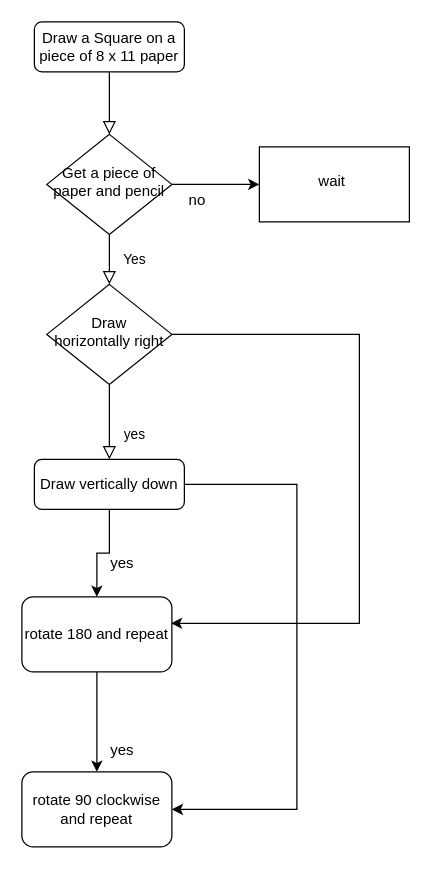
jpedoukou/Flowcharts keeps this draw.io diagram as Untitled Diagram.drawio. Above is the earlier version. Source tidied: cells renumbered, new cells numbered last; positions are measured from the earlier drawing's top-left corner, leaving out a move shared by most shapes. Both pictures are drawn from the tidied source at 125%, with x=0, y=0 at pixel (21, 21).
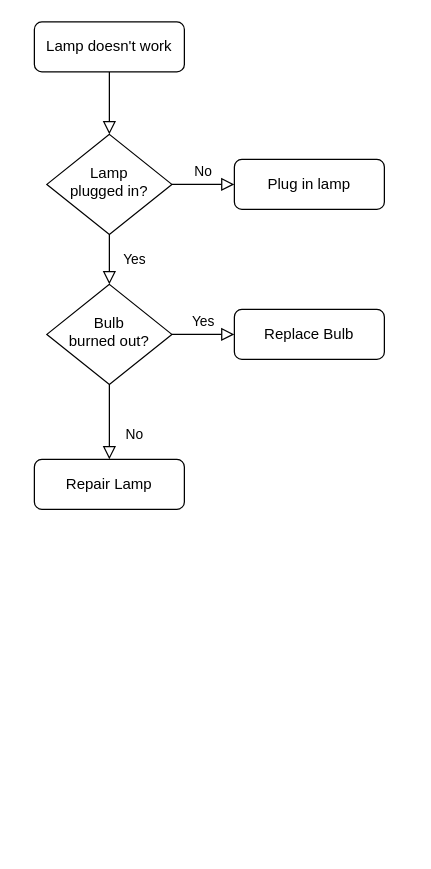
Above is the later version.

Diff of the diagram source:
```diff
@@
-    <mxCell id="3" value="Draw a Square on a piece of 8 x 11 paper" style="rounded=1;whiteSpace=wrap;html=1;fontSize=12;glass=0;strokeWidth=1;shadow=0;" parent="1" vertex="1">
+    <mxCell id="3" value="Lamp doesn't work" style="rounded=1;whiteSpace=wrap;html=1;fontSize=12;glass=0;strokeWidth=1;shadow=0;" parent="1" vertex="1">
       <mxGeometry x="10" width="120" height="40" as="geometry" />
     </mxCell>
@@
-    <mxCell id="5" style="edgeStyle=orthogonalEdgeStyle;rounded=0;jettySize=auto;html=1;" parent="1" edge="1" source="6" target="13">
-      <mxGeometry relative="1" as="geometry" />
-    </mxCell>
+    <mxCell id="20" value="No" style="edgeStyle=orthogonalEdgeStyle;rounded=0;html=1;jettySize=auto;fontSize=11;endArrow=block;endFill=0;endSize=8;strokeWidth=1;shadow=0;labelBackgroundColor=none;" parent="1" edge="1" source="6" target="21">
+      <mxGeometry y="10" relative="1" as="geometry" />
+    </mxCell>
-    <mxCell id="6" value="Get a piece of paper and pencil" style="rhombus;whiteSpace=wrap;html=1;shadow=0;fontFamily=Helvetica;fontSize=12;align=center;strokeWidth=1;spacing=6;spacingTop=-4;" parent="1" vertex="1">
+    <mxCell id="6" value="Lamp&lt;br&gt;plugged in?" style="rhombus;whiteSpace=wrap;html=1;shadow=0;fontFamily=Helvetica;fontSize=12;align=center;strokeWidth=1;spacing=6;spacingTop=-4;" parent="1" vertex="1">
       <mxGeometry x="20" y="90" width="100" height="80" as="geometry" />
     </mxCell>
+    <mxCell id="21" value="Plug in lamp" style="rounded=1;whiteSpace=wrap;html=1;fontSize=12;glass=0;strokeWidth=1;shadow=0;" parent="1" vertex="1">
+      <mxGeometry x="170" y="110" width="120" height="40" as="geometry" />
+    </mxCell>
-    <mxCell id="7" value="yes" style="rounded=0;html=1;jettySize=auto;fontSize=11;endArrow=block;endFill=0;endSize=8;strokeWidth=1;shadow=0;labelBackgroundColor=none;edgeStyle=orthogonalEdgeStyle;" parent="1" edge="1" source="9" target="12">
+    <mxCell id="7" value="No" style="rounded=0;html=1;jettySize=auto;fontSize=11;endArrow=block;endFill=0;endSize=8;strokeWidth=1;shadow=0;labelBackgroundColor=none;edgeStyle=orthogonalEdgeStyle;" parent="1" edge="1" source="9" target="12">
       <mxGeometry x="0.33" y="20" relative="1" as="geometry" />
     </mxCell>
-    <mxCell id="8" style="edgeStyle=orthogonalEdgeStyle;rounded=0;jettySize=auto;html=1;entryX=0.994;entryY=0.353;entryDx=0;entryDy=0;entryPerimeter=0;" parent="1" edge="1" source="9" target="16">
-      <mxGeometry relative="1" as="geometry">
-        <Array as="points">
-          <mxPoint x="270" y="250" />
-          <mxPoint x="270" y="481" />
-        </Array>
-      </mxGeometry>
-    </mxCell>
+    <mxCell id="22" value="Yes" style="edgeStyle=orthogonalEdgeStyle;rounded=0;html=1;jettySize=auto;fontSize=11;endArrow=block;endFill=0;endSize=8;strokeWidth=1;shadow=0;labelBackgroundColor=none;" parent="1" edge="1" source="9" target="23">
+      <mxGeometry y="10" relative="1" as="geometry" />
+    </mxCell>
-    <mxCell id="9" value="Draw horizontally right" style="rhombus;whiteSpace=wrap;html=1;shadow=0;fontFamily=Helvetica;fontSize=12;align=center;strokeWidth=1;spacing=6;spacingTop=-4;" parent="1" vertex="1">
+    <mxCell id="9" value="Bulb&lt;br&gt;burned out?" style="rhombus;whiteSpace=wrap;html=1;shadow=0;fontFamily=Helvetica;fontSize=12;align=center;strokeWidth=1;spacing=6;spacingTop=-4;" parent="1" vertex="1">
       <mxGeometry x="20" y="210" width="100" height="80" as="geometry" />
     </mxCell>
-    <mxCell id="10" style="edgeStyle=orthogonalEdgeStyle;rounded=0;jettySize=auto;html=1;" parent="1" edge="1" source="12" target="16">
-      <mxGeometry relative="1" as="geometry" />
-    </mxCell>
-    <mxCell id="11" style="edgeStyle=orthogonalEdgeStyle;rounded=0;jettySize=auto;html=1;" parent="1" edge="1" source="12" target="18">
-      <mxGeometry relative="1" as="geometry">
-        <Array as="points">
-          <mxPoint x="220" y="370" />
-          <mxPoint x="220" y="630" />
-        </Array>
-      </mxGeometry>
-    </mxCell>
-    <mxCell id="12" value="Draw vertically down" style="rounded=1;whiteSpace=wrap;html=1;fontSize=12;glass=0;strokeWidth=1;shadow=0;" parent="1" vertex="1">
+    <mxCell id="12" value="Repair Lamp" style="rounded=1;whiteSpace=wrap;html=1;fontSize=12;glass=0;strokeWidth=1;shadow=0;" parent="1" vertex="1">
       <mxGeometry x="10" y="350" width="120" height="40" as="geometry" />
     </mxCell>
-    <mxCell id="13" value="wait&amp;nbsp;" style="whiteSpace=wrap;html=1;shadow=0;strokeWidth=1;spacing=6;spacingTop=-4;" parent="1" vertex="1">
-      <mxGeometry x="190" y="100" width="120" height="60" as="geometry" />
-    </mxCell>
-    <mxCell id="14" value="no" style="text;html=1;align=center;verticalAlign=middle;strokeColor=none;fillColor=none;" parent="1" vertex="1">
-      <mxGeometry x="120" y="128" width="40" height="30" as="geometry" />
-    </mxCell>
-    <mxCell id="15" style="edgeStyle=orthogonalEdgeStyle;rounded=0;jettySize=auto;html=1;" parent="1" edge="1" source="16" target="18">
-      <mxGeometry relative="1" as="geometry" />
-    </mxCell>
-    <mxCell id="16" value="rotate 180 and repeat" style="whiteSpace=wrap;html=1;rounded=1;glass=0;strokeWidth=1;shadow=0;" parent="1" vertex="1">
-      <mxGeometry y="460" width="120" height="60" as="geometry" />
-    </mxCell>
-    <mxCell id="17" value="yes" style="text;html=1;align=center;verticalAlign=middle;strokeColor=none;fillColor=none;" parent="1" vertex="1">
-      <mxGeometry x="60" y="418" width="40" height="30" as="geometry" />
-    </mxCell>
-    <mxCell id="18" value="rotate 90 clockwise and repeat" style="whiteSpace=wrap;html=1;rounded=1;glass=0;strokeWidth=1;shadow=0;" parent="1" vertex="1">
-      <mxGeometry y="600" width="120" height="60" as="geometry" />
-    </mxCell>
-    <mxCell id="19" value="yes" style="text;html=1;align=center;verticalAlign=middle;strokeColor=none;fillColor=none;" parent="1" vertex="1">
-      <mxGeometry x="60" y="568" width="40" height="30" as="geometry" />
-    </mxCell>
+    <mxCell id="23" value="Replace Bulb" style="rounded=1;whiteSpace=wrap;html=1;fontSize=12;glass=0;strokeWidth=1;shadow=0;" parent="1" vertex="1">
+      <mxGeometry x="170" y="230" width="120" height="40" as="geometry" />
+    </mxCell>
```
